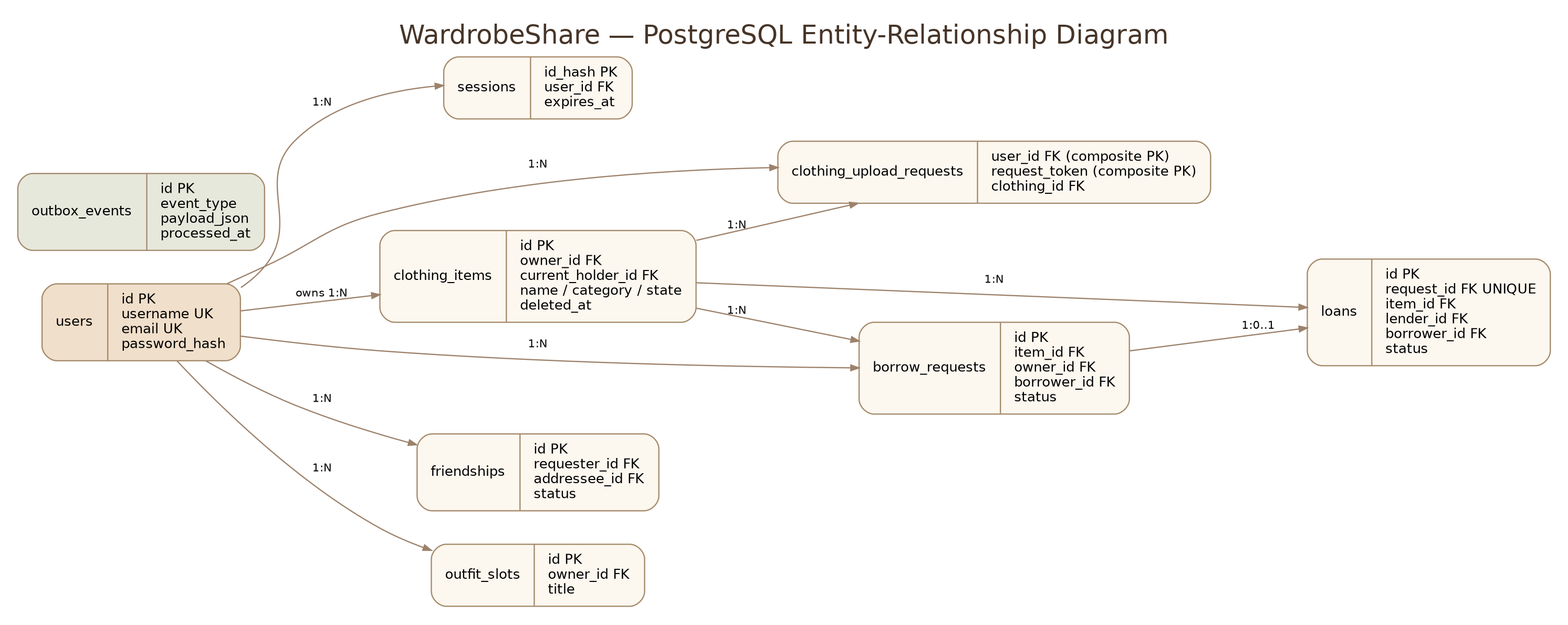
This is docs/diagrams/sql_erd.png from ratamon2606-create/freesize, a Graphviz export, as it was before one commit. Its source is kept beside it as docs/diagrams/sql_erd.dot. Its diagram source:
```dot
digraph ER {
 graph [rankdir=LR, bgcolor="white", pad="0.2", nodesep="0.36", ranksep="0.7", label="WardrobeShare — PostgreSQL Entity-Relationship Diagram", labelloc=t, fontsize=21, fontname="DejaVu Sans", fontcolor="#473528"];
 node [shape=record, style="rounded,filled", fontname="DejaVu Sans",fontsize=11, color="#A58A6B", fillcolor="#FCF7EF",margin="0.15,0.1"];
 edge [color="#9D826B",arrowsize=0.65,fontsize=9,fontname="DejaVu Sans"];
 users [label="{users|id PK\lusername UK\lemail UK\lpassword_hash\l}",fillcolor="#F0DFCA"];
 sessions [label="{sessions|id_hash PK\luser_id FK\lexpires_at\l}"];
 clothing_items [label="{clothing_items|id PK\lowner_id FK\lcurrent_holder_id FK\lname / category / state\ldeleted_at\l}"];
 clothing_upload_requests [label="{clothing_upload_requests|user_id FK (composite PK)\lrequest_token (composite PK)\lclothing_id FK\l}"];
 friendships [label="{friendships|id PK\lrequester_id FK\laddressee_id FK\lstatus\l}"];
 outfit_slots [label="{outfit_slots|id PK\lowner_id FK\ltitle\l}"];
 borrow_requests [label="{borrow_requests|id PK\litem_id FK\lowner_id FK\lborrower_id FK\lstatus\l}"];
 loans [label="{loans|id PK\lrequest_id FK UNIQUE\litem_id FK\llender_id FK\lborrower_id FK\lstatus\l}"];
 outbox_events [label="{outbox_events|id PK\levent_type\lpayload_json\lprocessed_at\l}",fillcolor="#E6E8DC"];
 users -> sessions [label="1:N"];
 users -> clothing_items [label="owns 1:N"];
 users -> friendships [label="1:N"];
 users -> outfit_slots [label="1:N"];
 users -> borrow_requests [label="1:N"];
 clothing_items -> clothing_upload_requests [label="1:N"];
 users -> clothing_upload_requests [label="1:N"];
 clothing_items -> borrow_requests [label="1:N"];
 borrow_requests -> loans [label="1:0..1"];
 clothing_items -> loans [label="1:N"];
}
```
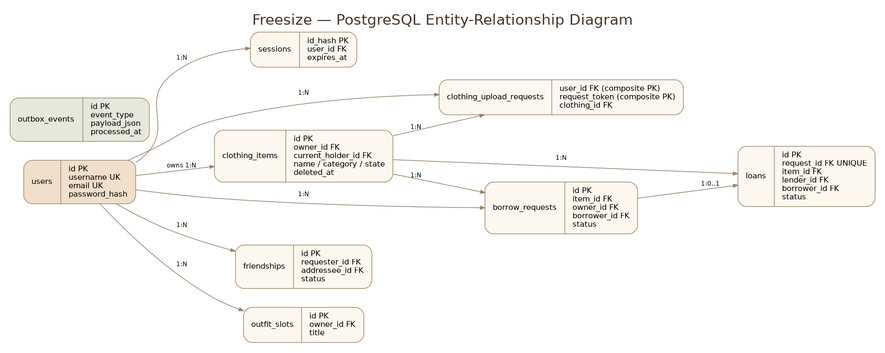
After the change.

Commit message:
docs: rename diagrams from WardrobeShare to Freesize

Change to the diagram source:
```diff
@@ -1,5 +1,5 @@
 digraph ER {
- graph [rankdir=LR, bgcolor="white", pad="0.2", nodesep="0.36", ranksep="0.7", label="WardrobeShare — PostgreSQL Entity-Relationship Diagram", labelloc=t, fontsize=21, fontname="DejaVu Sans", fontcolor="#473528"];
+ graph [rankdir=LR, bgcolor="white", pad="0.2", nodesep="0.36", ranksep="0.7", label="Freesize — PostgreSQL Entity-Relationship Diagram", labelloc=t, fontsize=21, fontname="DejaVu Sans", fontcolor="#473528"];
  node [shape=record, style="rounded,filled", fontname="DejaVu Sans",fontsize=11, color="#A58A6B", fillcolor="#FCF7EF",margin="0.15,0.1"];
  edge [color="#9D826B",arrowsize=0.65,fontsize=9,fontname="DejaVu Sans"];
  users [label="{users|id PK\lusername UK\lemail UK\lpassword_hash\l}",fillcolor="#F0DFCA"];
```
